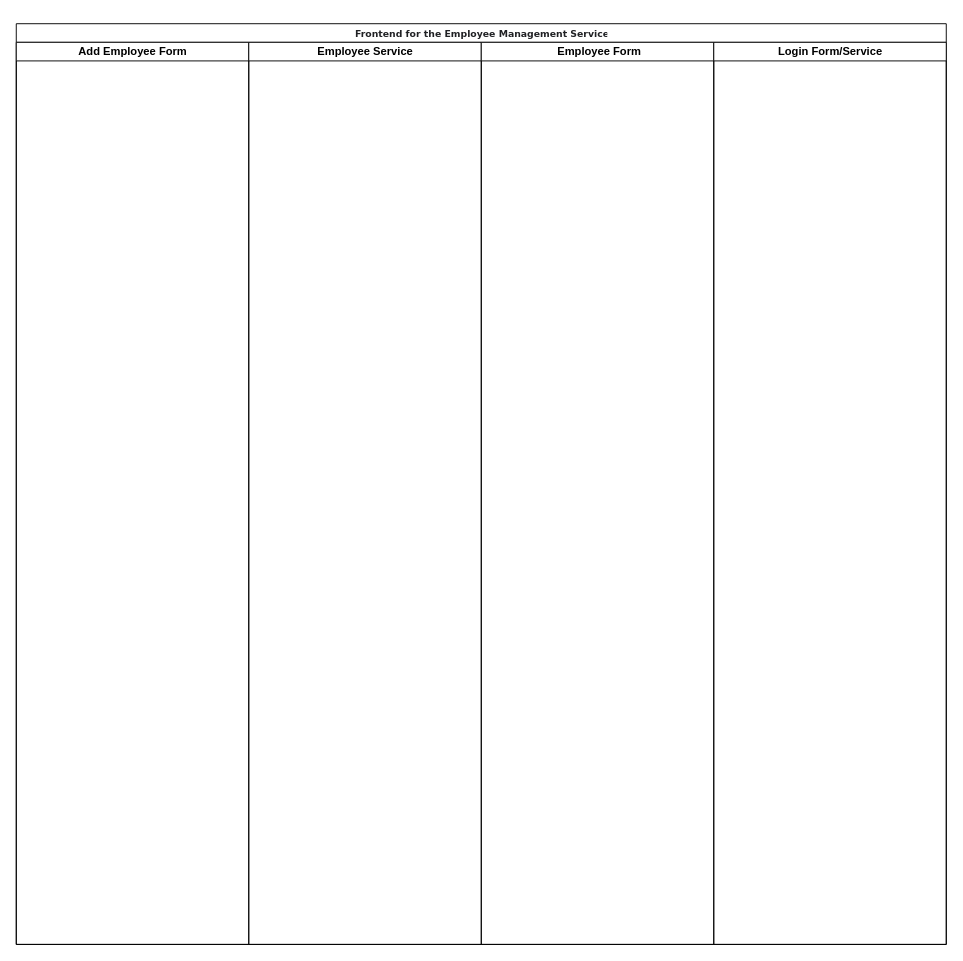
DatPriest/loginProject keeps this draw.io diagram as page "Neue Qualifikation zuweisen" (2 of 2) of LoginProject.drawio. Above is the earlier version. Source tidied: cells renumbered, new cells numbered last; positions are measured from the earlier drawing's top-left corner, leaving out a move shared by most shapes. Both pictures are drawn from the tidied source at 93%, with x=0, y=0 at pixel (16, 23).
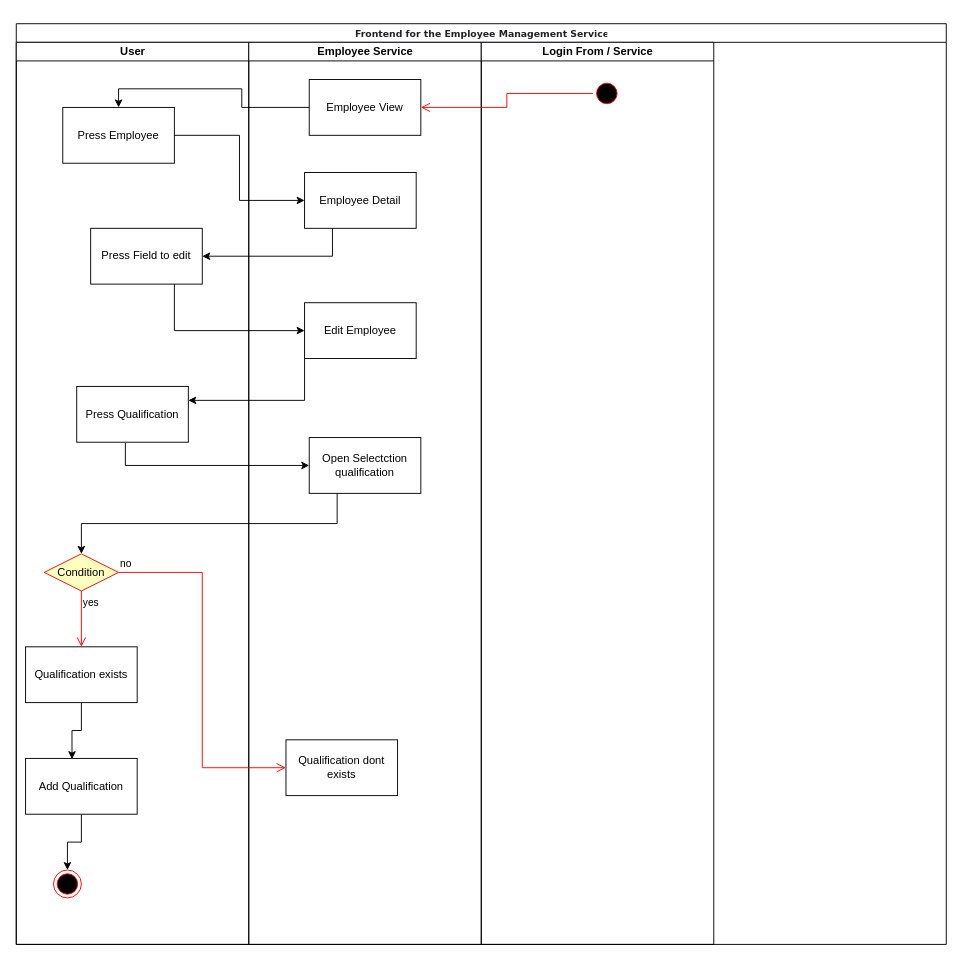
The same page after the edit.

Unchanged cells that the change refers to:
```xml
<mxCell id="2" value="&lt;pre class=&quot;tw-data-text tw-text-large tw-ta&quot; id=&quot;tw-target-text&quot; dir=&quot;ltr&quot; style=&quot;line-height: 36px ; border: none ; padding: 2px 0.14em 2px 0px ; position: relative ; margin-top: -2px ; margin-bottom: -2px ; resize: none ; font-family: inherit ; overflow: hidden ; width: 270px ; overflow-wrap: break-word ; color: rgb(32 , 33 , 36)&quot;&gt;&lt;span class=&quot;Y2IQFc&quot; lang=&quot;en&quot;&gt;&lt;font style=&quot;line-height: 2.97 ; font-size: 10px&quot;&gt;Frontend for the Employee Management Service&lt;/font&gt;&lt;/span&gt;&lt;/pre&gt;" style="swimlane;html=1;startSize=20;rounded=0;shadow=0;comic=0;labelBackgroundColor=none;strokeWidth=1;fontFamily=Verdana;fontSize=12;align=center;" parent="1" vertex="1">
  <mxGeometry width="1000" height="990" as="geometry" />
</mxCell>
```

Diff of the diagram source:
```diff
@@
-    <mxCell id="3" value="Add Employee Form" style="swimlane;html=1;startSize=20;" parent="2" vertex="1">
-      <mxGeometry y="20" width="250" height="970" as="geometry" />
-    </mxCell>
-    <mxCell id="4" value="Employee Service" style="swimlane;html=1;startSize=20;" parent="2" vertex="1">
-      <mxGeometry x="250" y="20" width="250" height="970" as="geometry" />
-    </mxCell>
-    <mxCell id="5" value="&amp;nbsp;Employee Form" style="swimlane;html=1;startSize=20;" parent="2" vertex="1">
-      <mxGeometry x="500" y="20" width="250" height="970" as="geometry" />
+    <mxCell id="5" value="User" style="swimlane;html=1;startSize=20;" parent="2" vertex="1">
+      <mxGeometry y="20" width="250" height="970" as="geometry" />
     </mxCell>
@@
-    <mxCell id="8" value="Login Form/Service" style="swimlane;html=1;startSize=20;" parent="2" vertex="1">
-      <mxGeometry x="750" y="20" width="250" height="970" as="geometry" />
-    </mxCell>
-    <mxCell id="9" style="edgeStyle=none;rounded=0;html=1;dashed=1;labelBackgroundColor=none;startArrow=none;startFill=0;startSize=5;endArrow=oval;endFill=0;endSize=5;jettySize=auto;orthogonalLoop=1;strokeWidth=1;fontFamily=Verdana;fontSize=12;" parent="8" edge="1">
-      <mxGeometry relative="1" as="geometry">
-        <mxPoint x="123" y="238" as="targetPoint" />
-      </mxGeometry>
-    </mxCell>
-    <mxCell id="10" style="edgeStyle=none;rounded=0;html=1;dashed=1;labelBackgroundColor=none;startArrow=none;startFill=0;startSize=5;endArrow=oval;endFill=0;endSize=5;jettySize=auto;orthogonalLoop=1;strokeWidth=1;fontFamily=Verdana;fontSize=12;" parent="8" edge="1">
-      <mxGeometry relative="1" as="geometry">
-        <mxPoint x="139.2" y="360" as="targetPoint" />
-      </mxGeometry>
-    </mxCell>
+    <mxCell id="11" value="Press Qualification" style="rounded=0;whiteSpace=wrap;html=1;" parent="5" vertex="1">
+      <mxGeometry x="65" y="370" width="120" height="60" as="geometry" />
+    </mxCell>
+    <mxCell id="12" value="Press Employee" style="rounded=0;whiteSpace=wrap;html=1;" parent="5" vertex="1">
+      <mxGeometry x="50" y="70" width="120" height="60" as="geometry" />
+    </mxCell>
+    <mxCell id="13" value="Press Field to edit" style="rounded=0;whiteSpace=wrap;html=1;" parent="5" vertex="1">
+      <mxGeometry x="80" y="200" width="120" height="60" as="geometry" />
+    </mxCell>
+    <mxCell id="14" style="edgeStyle=orthogonalEdgeStyle;rounded=0;jettySize=auto;html=1;entryX=0.416;entryY=0.012;entryDx=0;entryDy=0;entryPerimeter=0;" parent="5" edge="1" source="15" target="17">
+      <mxGeometry relative="1" as="geometry" />
+    </mxCell>
+    <mxCell id="15" value="Qualification&amp;nbsp;exists" style="rounded=0;whiteSpace=wrap;html=1;" parent="5" vertex="1">
+      <mxGeometry x="10" y="650" width="120" height="60" as="geometry" />
+    </mxCell>
+    <mxCell id="16" style="edgeStyle=orthogonalEdgeStyle;rounded=0;jettySize=auto;html=1;entryX=0.5;entryY=0;entryDx=0;entryDy=0;" parent="5" edge="1" source="17" target="18">
+      <mxGeometry relative="1" as="geometry" />
+    </mxCell>
+    <mxCell id="17" value="Add Qualification&lt;br&gt;" style="rounded=0;whiteSpace=wrap;html=1;" parent="5" vertex="1">
+      <mxGeometry x="10" y="770" width="120" height="60" as="geometry" />
+    </mxCell>
+    <mxCell id="18" style="ellipse;html=1;shape=endState;fillColor=#000000;strokeColor=#ff0000;" parent="5" vertex="1">
+      <mxGeometry x="40" y="890" width="30" height="30" as="geometry" />
+    </mxCell>
+    <mxCell id="19" value="Condition" style="rhombus;whiteSpace=wrap;html=1;fillColor=#ffffc0;strokeColor=#ff0000;" parent="5" vertex="1">
+      <mxGeometry x="30" y="550" width="80" height="40" as="geometry" />
+    </mxCell>
+    <mxCell id="20" value="yes" style="edgeStyle=orthogonalEdgeStyle;html=1;align=left;verticalAlign=top;endArrow=open;endSize=8;strokeColor=#ff0000;rounded=0;entryX=0.5;entryY=0;entryDx=0;entryDy=0;" parent="5" edge="1" source="19" target="15">
+      <mxGeometry x="-1" relative="1" as="geometry" />
+    </mxCell>
+    <mxCell id="4" value="Employee Service" style="swimlane;html=1;startSize=20;" parent="2" vertex="1">
+      <mxGeometry x="250" y="20" width="250" height="970" as="geometry" />
+    </mxCell>
+    <mxCell id="21" value="Employee View" style="rounded=0;whiteSpace=wrap;html=1;" parent="4" vertex="1">
+      <mxGeometry x="65" y="40" width="120" height="60" as="geometry" />
+    </mxCell>
+    <mxCell id="22" value="Employee Detail" style="rounded=0;whiteSpace=wrap;html=1;" parent="4" vertex="1">
+      <mxGeometry x="60" y="140" width="120" height="60" as="geometry" />
+    </mxCell>
+    <mxCell id="23" value="Edit Employee" style="rounded=0;whiteSpace=wrap;html=1;" parent="4" vertex="1">
+      <mxGeometry x="60" y="280" width="120" height="60" as="geometry" />
+    </mxCell>
+    <mxCell id="24" value="Open Selectction qualification" style="rounded=0;whiteSpace=wrap;html=1;" parent="4" vertex="1">
+      <mxGeometry x="65" y="425" width="120" height="60" as="geometry" />
+    </mxCell>
+    <mxCell id="25" value="&lt;span&gt;Qualification dont exists&lt;/span&gt;" style="rounded=0;whiteSpace=wrap;html=1;" parent="4" vertex="1">
+      <mxGeometry x="40" y="750" width="120" height="60" as="geometry" />
+    </mxCell>
+    <mxCell id="3" value="Login From / Service" style="swimlane;html=1;startSize=20;" parent="2" vertex="1">
+      <mxGeometry x="500" y="20" width="250" height="970" as="geometry" />
+    </mxCell>
+    <mxCell id="26" style="ellipse;html=1;shape=startState;fillColor=#000000;strokeColor=#ff0000;" parent="3" vertex="1">
+      <mxGeometry x="120" y="40" width="30" height="30" as="geometry" />
+    </mxCell>
+    <mxCell id="27" style="edgeStyle=orthogonalEdgeStyle;rounded=0;jettySize=auto;html=1;entryX=0;entryY=0.5;entryDx=0;entryDy=0;" parent="2" edge="1" source="12" target="22">
+      <mxGeometry relative="1" as="geometry" />
+    </mxCell>
+    <mxCell id="28" style="edgeStyle=orthogonalEdgeStyle;rounded=0;jettySize=auto;html=1;exitX=0.25;exitY=1;exitDx=0;exitDy=0;entryX=1;entryY=0.5;entryDx=0;entryDy=0;" parent="2" edge="1" source="22" target="13">
+      <mxGeometry relative="1" as="geometry" />
+    </mxCell>
+    <mxCell id="29" style="edgeStyle=orthogonalEdgeStyle;rounded=0;jettySize=auto;html=1;exitX=0.75;exitY=1;exitDx=0;exitDy=0;entryX=0;entryY=0.5;entryDx=0;entryDy=0;" parent="2" edge="1" source="13" target="23">
+      <mxGeometry relative="1" as="geometry" />
+    </mxCell>
+    <mxCell id="30" style="edgeStyle=orthogonalEdgeStyle;rounded=0;jettySize=auto;html=1;exitX=0;exitY=1;exitDx=0;exitDy=0;entryX=1;entryY=0.25;entryDx=0;entryDy=0;" parent="2" edge="1" source="23" target="11">
+      <mxGeometry relative="1" as="geometry" />
+    </mxCell>
+    <mxCell id="31" style="edgeStyle=orthogonalEdgeStyle;rounded=0;jettySize=auto;html=1;exitX=0.436;exitY=1.012;exitDx=0;exitDy=0;entryX=0;entryY=0.5;entryDx=0;entryDy=0;exitPerimeter=0;" parent="2" edge="1" source="11" target="24">
+      <mxGeometry relative="1" as="geometry" />
+    </mxCell>
+    <mxCell id="32" style="edgeStyle=orthogonalEdgeStyle;rounded=0;jettySize=auto;html=1;exitX=0.25;exitY=1;exitDx=0;exitDy=0;entryX=0.5;entryY=0;entryDx=0;entryDy=0;" parent="2" edge="1" source="24" target="19">
+      <mxGeometry relative="1" as="geometry" />
+    </mxCell>
+    <mxCell id="33" style="edgeStyle=orthogonalEdgeStyle;html=1;verticalAlign=bottom;endArrow=open;endSize=8;strokeColor=#ff0000;rounded=0;entryX=1;entryY=0.5;entryDx=0;entryDy=0;" parent="2" edge="1" source="26" target="21">
+      <mxGeometry relative="1" as="geometry" />
+    </mxCell>
+    <mxCell id="34" style="edgeStyle=orthogonalEdgeStyle;rounded=0;jettySize=auto;html=1;entryX=0.5;entryY=0;entryDx=0;entryDy=0;" parent="2" edge="1" source="21" target="12">
+      <mxGeometry relative="1" as="geometry" />
+    </mxCell>
+    <mxCell id="35" value="no" style="edgeStyle=orthogonalEdgeStyle;html=1;align=left;verticalAlign=bottom;endArrow=open;endSize=8;strokeColor=#ff0000;rounded=0;entryX=0;entryY=0.5;entryDx=0;entryDy=0;" parent="2" edge="1" source="19" target="25">
+      <mxGeometry x="-1" relative="1" as="geometry" />
+    </mxCell>
```
